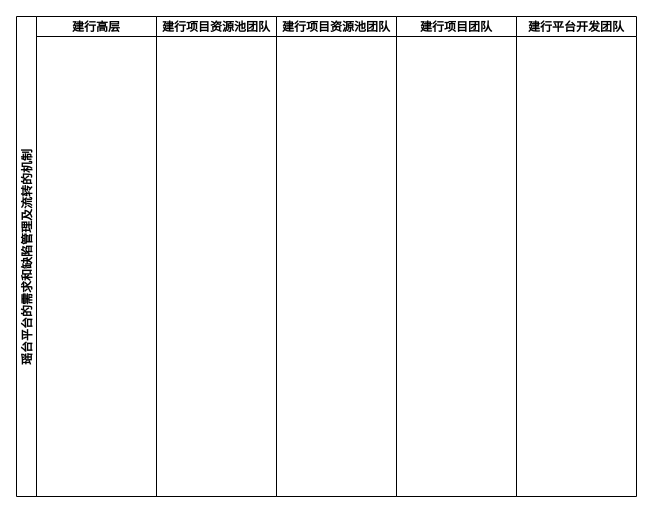
This is Untitled Diagram.drawio from cartebrother/drawio_file, a draw.io file, before an edit. Source tidied: cells renumbered, new cells numbered last; positions are measured from the earlier drawing's top-left corner, leaving out a move shared by most shapes. Both pictures are drawn from the tidied source at 100%, with x=0, y=0 at pixel (16, 16).
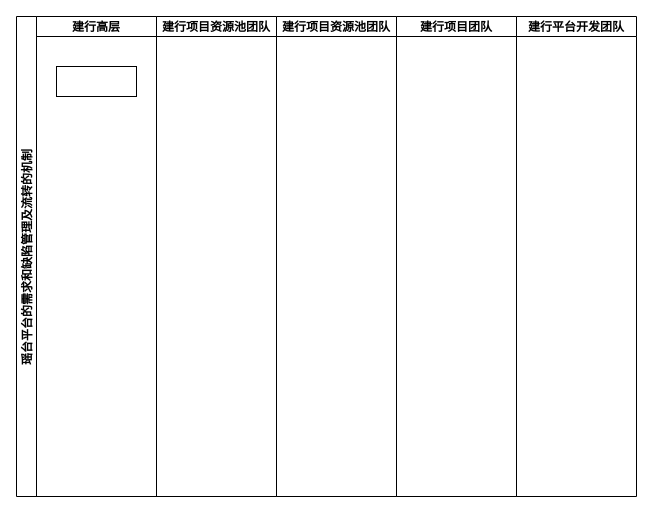
The same diagram, later.

The edit, as a diff of the source:
```diff
@@
 <mxGraphModel>
   <root>
     <mxCell id="0" />
     <mxCell id="1" parent="0" />
     <mxCell id="2" value="瑶台平台的需求和缺陷管理及流转的机制" style="swimlane;startSize=20;horizontal=0;" parent="1" vertex="1">
       <mxGeometry width="140" height="480" as="geometry" />
     </mxCell>
     <mxCell id="3" value="建行高层" style="swimlane;startSize=20;" parent="2" vertex="1">
       <mxGeometry x="20" width="120" height="480" as="geometry" />
     </mxCell>
+    <mxCell id="8" style="whiteSpace=wrap;html=1;" parent="3" vertex="1">
+      <mxGeometry x="20" y="50" width="80" height="30" as="geometry" />
+    </mxCell>
     <mxCell id="4" value="建行平台开发团队" style="swimlane;startSize=20;" parent="1" vertex="1">
       <mxGeometry x="500" width="120" height="480" as="geometry" />
     </mxCell>
     <mxCell id="5" value="建行项目团队" style="swimlane;startSize=20;" parent="1" vertex="1">
       <mxGeometry x="380" width="120" height="480" as="geometry" />
     </mxCell>
     <mxCell id="6" value="建行项目资源池团队" style="swimlane;startSize=20;" parent="1" vertex="1">
       <mxGeometry x="260" width="120" height="480" as="geometry" />
     </mxCell>
     <mxCell id="7" value="建行项目资源池团队" style="swimlane;startSize=20;" parent="1" vertex="1">
       <mxGeometry x="140" width="120" height="480" as="geometry" />
     </mxCell>
   </root>
 </mxGraphModel>
```
